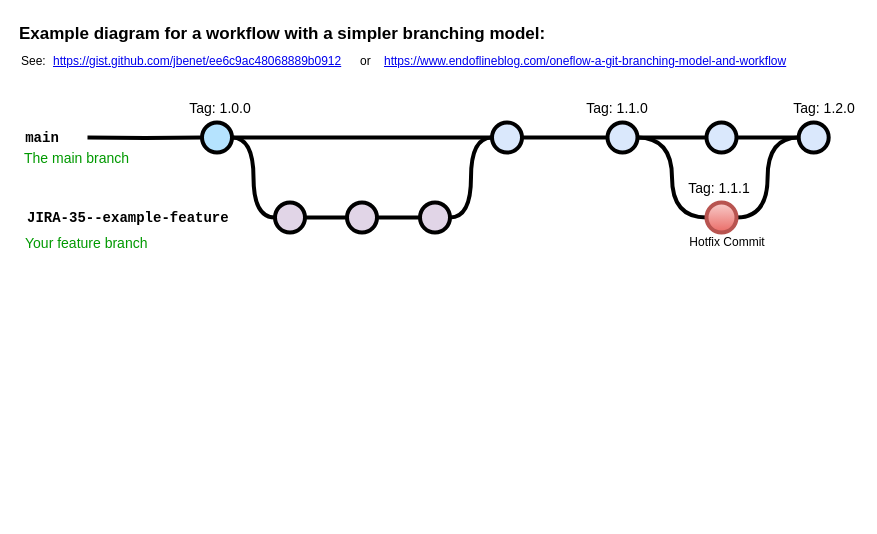
Above: Biểu đồ không có tiêu đề.drawio in huyhao27/Project_Jam2024 (draw.io), before the change. Source tidied: cells renumbered, new cells numbered last; positions are measured from the earlier drawing's top-left corner, leaving out a move shared by most shapes. Both pictures are drawn from the tidied source at 100%, with x=0, y=0 at pixel (17, 17).
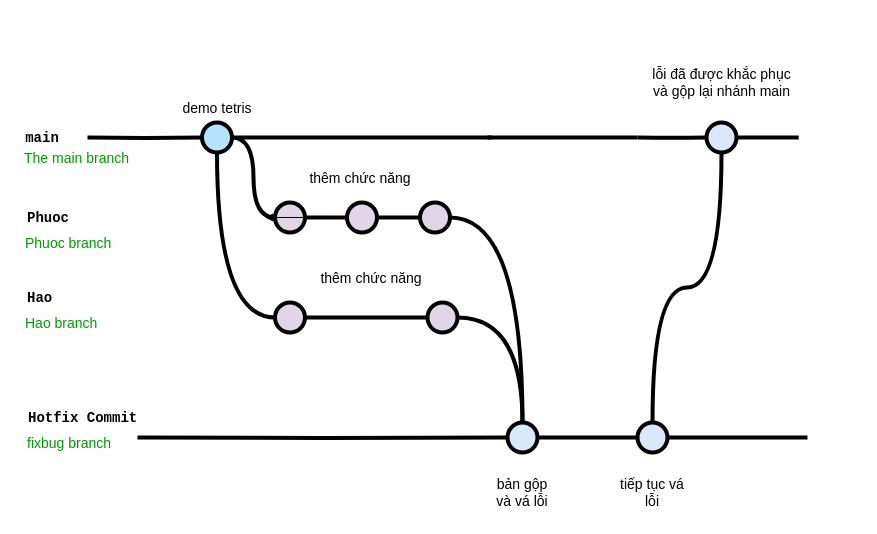
The same page after the edit.

Commit message:
Biểu đồ mô phòng git.drawio

Unchanged cells that the change refers to:
```xml
<mxCell id="7" style="verticalLabelPosition=bottom;verticalAlign=top;html=1;strokeWidth=4;shape=mxgraph.flowchart.on-page_reference;plain-blue;gradientColor=none;fillColor=#B5E3Fe;strokeColor=#000000;" parent="1" vertex="1">
  <mxGeometry x="184.5" y="105" width="30" height="30" as="geometry" />
</mxCell>
<mxCell id="14" style="verticalLabelPosition=bottom;verticalAlign=top;html=1;strokeWidth=4;shape=mxgraph.flowchart.on-page_reference;plain-blue;gradientColor=none;strokeColor=#000000;" parent="1" vertex="1">
  <mxGeometry x="689" y="105" width="30" height="30" as="geometry" />
</mxCell>
<mxCell id="21" style="verticalLabelPosition=bottom;verticalAlign=top;html=1;strokeWidth=4;shape=mxgraph.flowchart.on-page_reference;plain-purple;gradientColor=none;strokeColor=#000000;" parent="1" vertex="1">
  <mxGeometry x="329.5" y="185" width="30" height="30" as="geometry" />
</mxCell>
<mxCell id="23" style="verticalLabelPosition=bottom;verticalAlign=top;html=1;strokeWidth=4;shape=mxgraph.flowchart.on-page_reference;plain-purple;gradientColor=none;strokeColor=#000000;" parent="1" vertex="1">
  <mxGeometry x="402.5" y="185" width="30" height="30" as="geometry" />
</mxCell>
```

Diff of the diagram source:
```diff
@@
-    <mxCell id="2" value="Example diagram for a workflow with a simpler branching model:" style="text;whiteSpace=wrap;html=1;fontStyle=1;fontSize=17;" parent="1" vertex="1">
-      <mxGeometry width="542.2" height="30" as="geometry" />
-    </mxCell>
-    <mxCell id="3" value="&lt;a href=&quot;https://gist.github.com/jbenet/ee6c9ac48068889b0912&quot;&gt;https://gist.github.com/jbenet/ee6c9ac48068889b0912&lt;/a&gt;" style="text;whiteSpace=wrap;html=1;" parent="1" vertex="1">
-      <mxGeometry x="34.2" y="30" width="298" height="20" as="geometry" />
-    </mxCell>
-    <mxCell id="4" value="See:" style="text;whiteSpace=wrap;html=1;" parent="1" vertex="1">
-      <mxGeometry x="1.5" y="30" width="32.8" height="20" as="geometry" />
-    </mxCell>
-    <mxCell id="5" style="edgeStyle=orthogonalEdgeStyle;rounded=0;html=1;jettySize=auto;plain-blue;endArrow=none;endFill=0;strokeWidth=4;strokeColor=#000000;" parent="1" edge="1" source="7" target="9">
-      <mxGeometry x="304.5" y="180" as="geometry" />
+    <mxCell id="5" style="edgeStyle=orthogonalEdgeStyle;rounded=0;html=1;jettySize=auto;plain-blue;endArrow=none;endFill=0;strokeWidth=4;strokeColor=#000000;" parent="1" edge="1" source="7">
+      <mxGeometry x="304.5" y="180" as="geometry">
+        <mxPoint x="474.5" y="120" as="targetPoint" />
+      </mxGeometry>
     </mxCell>
@@
-    <mxCell id="8" style="edgeStyle=orthogonalEdgeStyle;curved=1;rounded=0;jettySize=auto;html=1;endArrow=none;endFill=0;strokeWidth=4;fontFamily=Courier New;fontSize=16;" parent="1" edge="1" source="9" target="12">
-      <mxGeometry relative="1" as="geometry" />
+    <mxCell id="8" style="edgeStyle=orthogonalEdgeStyle;curved=1;rounded=0;orthogonalLoop=1;jettySize=auto;html=1;endArrow=none;endFill=0;strokeWidth=4;fontFamily=Courier New;fontSize=16;" parent="1" edge="1">
+      <mxGeometry relative="1" as="geometry">
+        <mxPoint x="470" y="120" as="sourcePoint" />
+        <mxPoint x="620" y="120" as="targetPoint" />
+      </mxGeometry>
     </mxCell>
-    <mxCell id="9" style="verticalLabelPosition=bottom;verticalAlign=top;html=1;strokeWidth=4;shape=mxgraph.flowchart.on-page_reference;plain-blue;gradientColor=none;strokeColor=#000000;" parent="1" vertex="1">
-      <mxGeometry x="474.5" y="105" width="30" height="30" as="geometry" />
-    </mxCell>
-    <mxCell id="10" style="edgeStyle=orthogonalEdgeStyle;curved=1;rounded=0;jettySize=auto;html=1;endArrow=none;endFill=0;strokeWidth=4;fontFamily=Courier New;fontSize=16;" parent="1" edge="1" source="12" target="14">
-      <mxGeometry relative="1" as="geometry" />
+    <mxCell id="10" style="edgeStyle=orthogonalEdgeStyle;curved=1;rounded=0;jettySize=auto;html=1;endArrow=none;endFill=0;strokeWidth=4;fontFamily=Courier New;fontSize=16;" parent="1" edge="1" target="14">
+      <mxGeometry relative="1" as="geometry">
+        <mxPoint x="620" y="120" as="sourcePoint" />
+      </mxGeometry>
     </mxCell>
-    <mxCell id="11" style="edgeStyle=orthogonalEdgeStyle;curved=1;rounded=0;jettySize=auto;html=1;endArrow=none;endFill=0;strokeWidth=4;fontFamily=Courier New;fontSize=16;entryX=0;entryY=0.5;entryDx=0;entryDy=0;entryPerimeter=0;" parent="1" edge="1" source="12" target="32">
-      <mxGeometry relative="1" as="geometry" />
-    </mxCell>
-    <mxCell id="12" style="verticalLabelPosition=bottom;verticalAlign=top;html=1;strokeWidth=4;shape=mxgraph.flowchart.on-page_reference;plain-blue;gradientColor=none;strokeColor=#000000;" parent="1" vertex="1">
-      <mxGeometry x="590" y="105" width="30" height="30" as="geometry" />
-    </mxCell>
-    <mxCell id="13" style="edgeStyle=orthogonalEdgeStyle;curved=1;rounded=0;jettySize=auto;html=1;endArrow=none;endFill=0;strokeWidth=4;fontFamily=Courier New;fontSize=16;" parent="1" edge="1" source="14" target="15">
-      <mxGeometry relative="1" as="geometry" />
+    <mxCell id="13" style="edgeStyle=orthogonalEdgeStyle;curved=1;rounded=0;jettySize=auto;html=1;endArrow=none;endFill=0;strokeWidth=4;fontFamily=Courier New;fontSize=16;" parent="1" edge="1" source="14">
+      <mxGeometry relative="1" as="geometry">
+        <mxPoint x="781.2" y="120" as="targetPoint" />
+      </mxGeometry>
     </mxCell>
@@
-    <mxCell id="15" style="verticalLabelPosition=bottom;verticalAlign=top;html=1;strokeWidth=4;shape=mxgraph.flowchart.on-page_reference;plain-blue;gradientColor=none;strokeColor=#000000;" parent="1" vertex="1">
-      <mxGeometry x="781.2" y="105" width="30" height="30" as="geometry" />
-    </mxCell>
@@
+    <mxCell id="36" style="edgeStyle=orthogonalEdgeStyle;rounded=0;jettySize=auto;html=1;" parent="1" edge="1" source="21" target="24">
+      <mxGeometry relative="1" as="geometry" />
+    </mxCell>
@@
-    <mxCell id="22" style="edgeStyle=orthogonalEdgeStyle;curved=1;rounded=0;html=1;exitX=1;exitY=0.5;exitPerimeter=0;entryX=0;entryY=0.5;entryPerimeter=0;endArrow=none;endFill=0;jettySize=auto;strokeWidth=4;fontSize=15;" parent="1" edge="1" source="23" target="9">
+    <mxCell id="22" style="edgeStyle=orthogonalEdgeStyle;curved=1;rounded=0;html=1;exitX=1;exitY=0.5;exitPerimeter=0;entryX=0.5;entryY=0;entryPerimeter=0;endArrow=none;endFill=0;jettySize=auto;strokeWidth=4;fontSize=15;entryDx=0;entryDy=0;" parent="1" edge="1" source="23" target="47">
       <mxGeometry relative="1" as="geometry" />
     </mxCell>
@@
-    <mxCell id="24" value="JIRA-35--example-feature" style="text;html=1;strokeColor=none;fillColor=none;align=left;verticalAlign=middle;whiteSpace=wrap;overflow=hidden;fontSize=14;fontStyle=1;fontFamily=Courier New;" parent="1" vertex="1">
+    <mxCell id="24" value="Phuoc" style="text;html=1;strokeColor=none;fillColor=none;align=left;verticalAlign=middle;whiteSpace=wrap;overflow=hidden;fontSize=14;fontStyle=1;fontFamily=Courier New;" parent="1" vertex="1">
       <mxGeometry x="7.5" y="190" width="240" height="20" as="geometry" />
     </mxCell>
@@
-    <mxCell id="26" value="Your feature branch" style="text;html=1;strokeColor=none;fillColor=none;align=left;verticalAlign=middle;whiteSpace=wrap;overflow=hidden;fontSize=14;fontStyle=0;fontColor=#009900;" parent="1" vertex="1">
+    <mxCell id="26" value="Phuoc branch" style="text;html=1;strokeColor=none;fillColor=none;align=left;verticalAlign=middle;whiteSpace=wrap;overflow=hidden;fontSize=14;fontStyle=0;fontColor=#009900;" parent="1" vertex="1">
       <mxGeometry x="6.2" y="215" width="202.2" height="20" as="geometry" />
     </mxCell>
-    <mxCell id="27" value="Tag: 1.0.0" style="text;html=1;strokeColor=none;fillColor=none;align=center;verticalAlign=middle;whiteSpace=wrap;overflow=hidden;fontSize=14;" parent="1" vertex="1">
-      <mxGeometry x="168.4" y="80" width="70" height="20" as="geometry" />
+    <mxCell id="27" value="demo tetris" style="text;html=1;strokeColor=none;fillColor=none;align=center;verticalAlign=middle;whiteSpace=wrap;overflow=hidden;fontSize=14;" parent="1" vertex="1">
+      <mxGeometry x="158.7" y="80" width="81.6" height="20" as="geometry" />
     </mxCell>
-    <mxCell id="28" value="Tag: 1.1.0" style="text;html=1;strokeColor=none;fillColor=none;align=center;verticalAlign=middle;whiteSpace=wrap;overflow=hidden;fontSize=14;" parent="1" vertex="1">
-      <mxGeometry x="564.5" y="80" width="70" height="20" as="geometry" />
-    </mxCell>
-    <mxCell id="29" value="&lt;a href=&quot;https://www.endoflineblog.com/oneflow-a-git-branching-model-and-workflow&quot;&gt;https://www.endoflineblog.com/oneflow-a-git-branching-model-and-workflow&lt;/a&gt;" style="text;whiteSpace=wrap;html=1;" parent="1" vertex="1">
-      <mxGeometry x="364.5" y="30" width="413.8" height="20" as="geometry" />
-    </mxCell>
-    <mxCell id="30" value="or" style="text;whiteSpace=wrap;html=1;" parent="1" vertex="1">
-      <mxGeometry x="340.6" y="30" width="11.6" height="20" as="geometry" />
-    </mxCell>
-    <mxCell id="31" style="edgeStyle=orthogonalEdgeStyle;curved=1;rounded=0;jettySize=auto;html=1;endArrow=none;endFill=0;strokeWidth=4;fontFamily=Courier New;fontSize=16;entryX=0;entryY=0.5;entryDx=0;entryDy=0;entryPerimeter=0;" parent="1" edge="1" source="32" target="15">
-      <mxGeometry relative="1" as="geometry" />
-    </mxCell>
-    <mxCell id="32" style="verticalLabelPosition=bottom;verticalAlign=top;html=1;strokeWidth=4;shape=mxgraph.flowchart.on-page_reference;plain-blue;gradientColor=#EA6B66;strokeColor=#B85450;fillColor=#F8CECC;" parent="1" vertex="1">
-      <mxGeometry x="689" y="185" width="30" height="30" as="geometry" />
-    </mxCell>
+    <mxCell id="37" style="edgeStyle=orthogonalEdgeStyle;rounded=0;html=1;jettySize=auto;plain-blue;endArrow=none;endFill=0;strokeWidth=4;strokeColor=#000000;" parent="1" edge="1" source="49">
+      <mxGeometry x="304.5" y="180" as="geometry">
+        <mxPoint x="790" y="420" as="targetPoint" />
+      </mxGeometry>
+    </mxCell>
+    <mxCell id="38" style="edgeStyle=orthogonalEdgeStyle;curved=1;rounded=0;html=1;exitX=0.5;exitY=1;exitPerimeter=0;entryX=0;entryY=0.5;entryPerimeter=0;endArrow=none;endFill=0;jettySize=auto;strokeWidth=4;fontSize=15;exitDx=0;exitDy=0;entryDx=0;entryDy=0;" parent="1" edge="1" source="7" target="41">
+      <mxGeometry relative="1" as="geometry" />
+    </mxCell>
+    <mxCell id="39" value="Hao" style="text;html=1;strokeColor=none;fillColor=none;align=left;verticalAlign=middle;whiteSpace=wrap;overflow=hidden;fontSize=14;fontStyle=1;fontFamily=Courier New;" parent="1" vertex="1">
+      <mxGeometry x="7.5" y="270" width="240" height="20" as="geometry" />
+    </mxCell>
+    <mxCell id="40" value="Hao branch" style="text;html=1;strokeColor=none;fillColor=none;align=left;verticalAlign=middle;whiteSpace=wrap;overflow=hidden;fontSize=14;fontStyle=0;fontColor=#009900;" parent="1" vertex="1">
+      <mxGeometry x="6.2" y="295" width="202.2" height="20" as="geometry" />
+    </mxCell>
+    <mxCell id="41" style="verticalLabelPosition=bottom;verticalAlign=top;html=1;strokeWidth=4;shape=mxgraph.flowchart.on-page_reference;plain-purple;gradientColor=none;strokeColor=#000000;" parent="1" vertex="1">
+      <mxGeometry x="257.5" y="285" width="30" height="30" as="geometry" />
+    </mxCell>
+    <mxCell id="42" style="verticalLabelPosition=bottom;verticalAlign=top;html=1;strokeWidth=4;shape=mxgraph.flowchart.on-page_reference;plain-purple;gradientColor=none;strokeColor=#000000;" parent="1" vertex="1">
+      <mxGeometry x="410" y="285" width="30" height="30" as="geometry" />
+    </mxCell>
+    <mxCell id="43" style="edgeStyle=orthogonalEdgeStyle;curved=1;rounded=0;html=1;exitX=1;exitY=0.5;exitPerimeter=0;entryX=0;entryY=0.5;entryPerimeter=0;endArrow=none;endFill=0;jettySize=auto;strokeWidth=4;fontSize=15;entryDx=0;entryDy=0;exitDx=0;exitDy=0;" parent="1" edge="1" source="41" target="42">
+      <mxGeometry relative="1" as="geometry" />
+    </mxCell>
-    <mxCell id="33" value="Hotfix Commit" style="text;html=1;strokeColor=none;fillColor=none;align=center;verticalAlign=middle;whiteSpace=wrap;overflow=hidden;" parent="1" vertex="1">
-      <mxGeometry x="669.5" y="210" width="80" height="30" as="geometry" />
+    <mxCell id="33" value="Hotfix Commit" style="text;html=1;strokeColor=none;fillColor=none;align=left;verticalAlign=middle;whiteSpace=wrap;overflow=hidden;fontSize=14;fontStyle=1;fontFamily=Courier New;" parent="1" vertex="1">
+      <mxGeometry x="8.8" y="390" width="240" height="20" as="geometry" />
     </mxCell>
-    <mxCell id="34" value="Tag: 1.1.1" style="text;html=1;strokeColor=none;fillColor=none;align=center;verticalAlign=middle;whiteSpace=wrap;overflow=hidden;fontSize=14;" parent="1" vertex="1">
-      <mxGeometry x="666.8" y="160" width="70" height="20" as="geometry" />
-    </mxCell>
-    <mxCell id="35" value="Tag: 1.2.0" style="text;html=1;strokeColor=none;fillColor=none;align=center;verticalAlign=middle;whiteSpace=wrap;overflow=hidden;fontSize=14;" parent="1" vertex="1">
-      <mxGeometry x="772.2" y="80" width="70" height="20" as="geometry" />
-    </mxCell>
+    <mxCell id="44" value="fixbug branch" style="text;html=1;strokeColor=none;fillColor=none;align=left;verticalAlign=middle;whiteSpace=wrap;overflow=hidden;fontSize=14;fontStyle=0;fontColor=#009900;" parent="1" vertex="1">
+      <mxGeometry x="7.5" y="415" width="202.2" height="20" as="geometry" />
+    </mxCell>
+    <mxCell id="45" style="edgeStyle=orthogonalEdgeStyle;curved=1;rounded=0;html=1;exitX=1;exitY=0.5;exitPerimeter=0;entryX=0.5;entryY=0;entryPerimeter=0;endArrow=none;endFill=0;jettySize=auto;strokeWidth=4;fontSize=15;exitDx=0;exitDy=0;entryDx=0;entryDy=0;" parent="1" edge="1" source="42" target="47">
+      <mxGeometry relative="1" as="geometry" />
+    </mxCell>
+    <mxCell id="46" style="edgeStyle=orthogonalEdgeStyle;rounded=0;html=1;jettySize=auto;plain-blue;endArrow=none;endFill=0;strokeWidth=4;strokeColor=#000000;" parent="1" edge="1" target="47">
+      <mxGeometry x="304.5" y="180" as="geometry">
+        <mxPoint x="120" y="420" as="sourcePoint" />
+      </mxGeometry>
+    </mxCell>
+    <mxCell id="47" style="verticalLabelPosition=bottom;verticalAlign=top;html=1;strokeWidth=4;shape=mxgraph.flowchart.on-page_reference;plain-blue;gradientColor=none;strokeColor=#000000;" parent="1" vertex="1">
+      <mxGeometry x="490" y="405" width="30" height="30" as="geometry" />
+    </mxCell>
+    <mxCell id="48" style="edgeStyle=orthogonalEdgeStyle;rounded=0;html=1;jettySize=auto;plain-blue;endArrow=none;endFill=0;strokeWidth=4;strokeColor=#000000;" parent="1" edge="1" source="47" target="49">
+      <mxGeometry x="304.5" y="180" as="geometry" />
+    </mxCell>
+    <mxCell id="49" style="verticalLabelPosition=bottom;verticalAlign=top;html=1;strokeWidth=4;shape=mxgraph.flowchart.on-page_reference;plain-blue;gradientColor=none;strokeColor=#000000;" parent="1" vertex="1">
+      <mxGeometry x="620" y="405" width="30" height="30" as="geometry" />
+    </mxCell>
+    <mxCell id="50" style="edgeStyle=orthogonalEdgeStyle;curved=1;rounded=0;jettySize=auto;html=1;endArrow=none;endFill=0;strokeWidth=4;fontFamily=Courier New;fontSize=16;entryX=0.5;entryY=0;entryDx=0;entryDy=0;entryPerimeter=0;exitX=0.5;exitY=1;exitDx=0;exitDy=0;exitPerimeter=0;" parent="1" edge="1" source="14" target="49">
+      <mxGeometry relative="1" as="geometry" />
+    </mxCell>
+    <mxCell id="51" value="thêm chức năng" style="text;html=1;strokeColor=none;fillColor=none;align=center;verticalAlign=middle;whiteSpace=wrap;overflow=hidden;fontSize=14;" parent="1" vertex="1">
+      <mxGeometry x="247.5" y="150" width="191.8" height="20" as="geometry" />
+    </mxCell>
+    <mxCell id="52" value="thêm chức năng" style="text;html=1;strokeColor=none;fillColor=none;align=center;verticalAlign=middle;whiteSpace=wrap;overflow=hidden;fontSize=14;" parent="1" vertex="1">
+      <mxGeometry x="257.5" y="250" width="191.8" height="20" as="geometry" />
+    </mxCell>
+    <mxCell id="53" value="bản gộp và vá lỗi" style="text;html=1;strokeColor=none;fillColor=none;align=center;verticalAlign=middle;whiteSpace=wrap;overflow=hidden;fontSize=14;" parent="1" vertex="1">
+      <mxGeometry x="470" y="450" width="70" height="50" as="geometry" />
+    </mxCell>
+    <mxCell id="54" value="tiếp tục vá lỗi" style="text;html=1;strokeColor=none;fillColor=none;align=center;verticalAlign=middle;whiteSpace=wrap;overflow=hidden;fontSize=14;" parent="1" vertex="1">
+      <mxGeometry x="600" y="450" width="70" height="50" as="geometry" />
+    </mxCell>
+    <mxCell id="55" value="lỗi đã được khắc phục và gộp lại nhánh main" style="text;html=1;strokeColor=none;fillColor=none;align=center;verticalAlign=middle;whiteSpace=wrap;overflow=hidden;fontSize=14;" parent="1" vertex="1">
+      <mxGeometry x="628.5" y="40" width="151" height="50" as="geometry" />
+    </mxCell>
```
